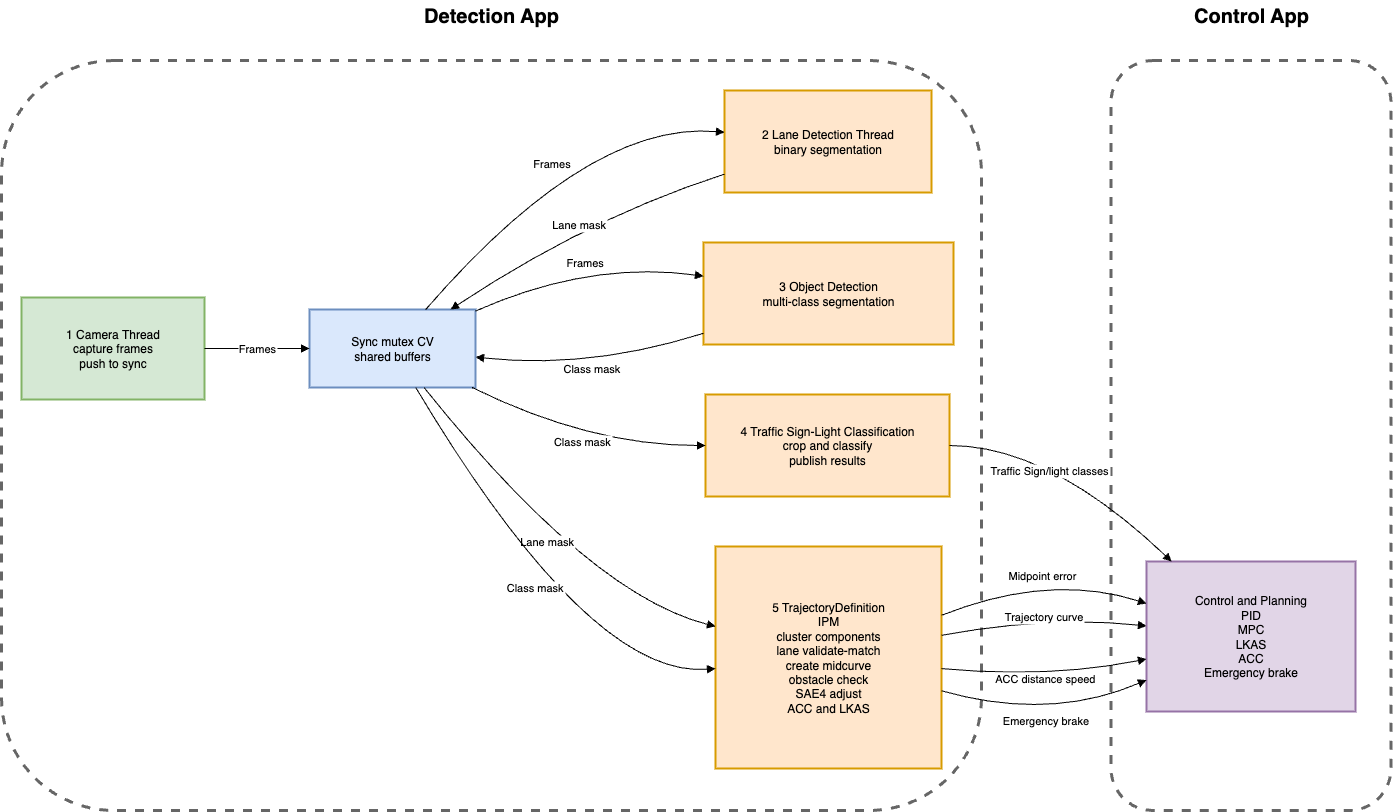
Earlier version of the draw.io export docs/perception.drawio.png (SEAME-pt/Team02-JetsonNano). Source tidied: cells renumbered, new cells last; positions are measured from the earlier drawing's top-left corner, leaving out a move shared by most shapes.
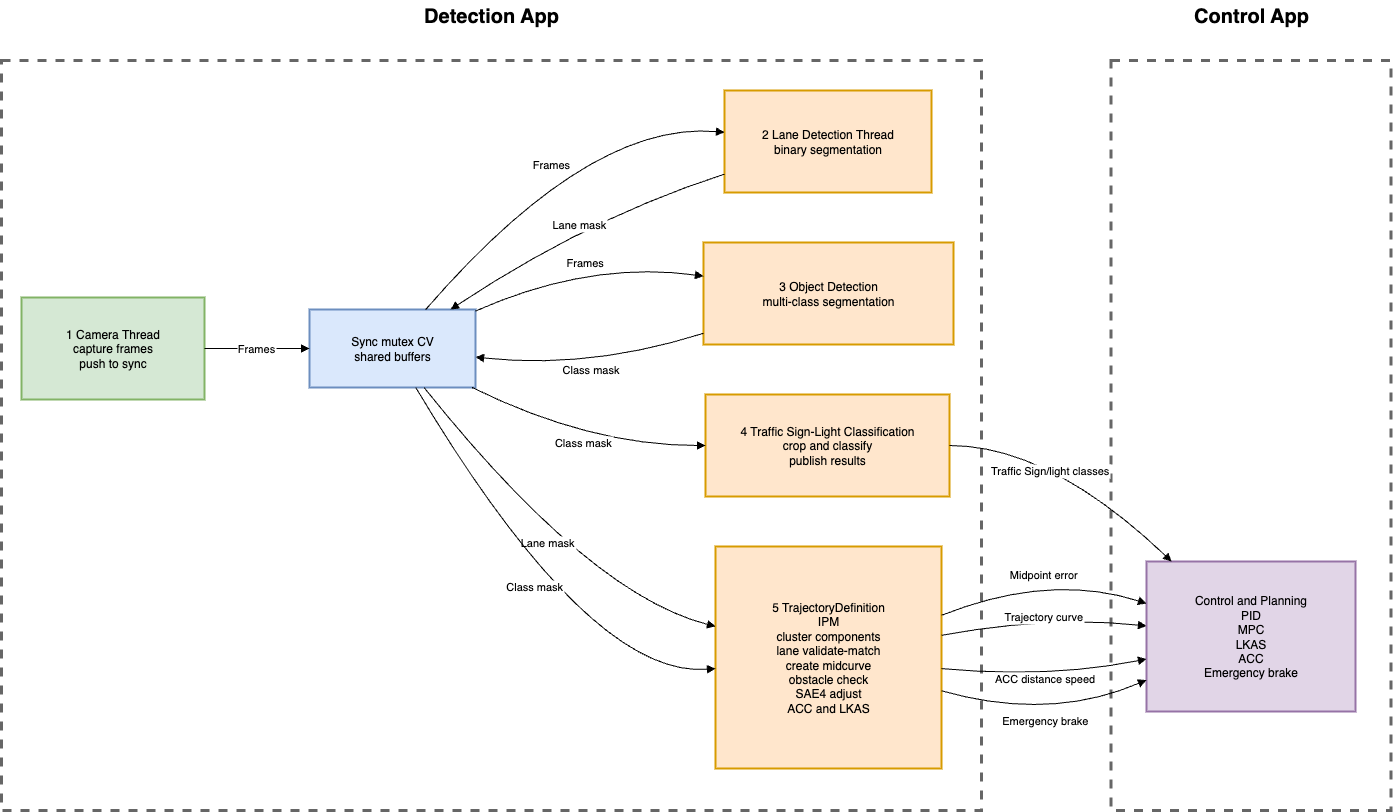
After the commit.

What changed in the source:
```diff
@@ -2,10 +2,10 @@
   <root>
     <mxCell id="0" />
     <mxCell id="1" parent="0" />
-    <mxCell id="2" style="rounded=1;whiteSpace=wrap;html=1;fillColor=none;dashed=1;strokeColor=#666666;strokeWidth=3;align=center;verticalAlign=middle;fontFamily=Helvetica;fontSize=12;fontColor=#333333;" parent="1" vertex="1">
+    <mxCell id="2" style="rounded=1;whiteSpace=wrap;html=1;fillColor=none;dashed=1;strokeColor=#666666;strokeWidth=3;align=center;verticalAlign=middle;fontFamily=Helvetica;fontSize=12;fontColor=#333333;arcSize=0;" parent="1" vertex="1">
       <mxGeometry x="1109.5" y="60" width="280" height="750" as="geometry" />
     </mxCell>
-    <mxCell id="3" style="rounded=1;whiteSpace=wrap;html=1;fillColor=none;fontColor=#333333;strokeColor=#666666;dashed=1;strokeWidth=3;" parent="1" vertex="1">
+    <mxCell id="3" style="rounded=1;whiteSpace=wrap;html=1;fillColor=none;fontColor=#333333;strokeColor=#666666;dashed=1;strokeWidth=3;shadow=0;glass=0;arcSize=0;" parent="1" vertex="1">
       <mxGeometry y="60" width="980" height="750" as="geometry" />
     </mxCell>
     <mxCell id="4" value="1 Camera Thread&#10;capture frames&#10;push to sync" style="whiteSpace=wrap;strokeWidth=2;fillColor=#d5e8d4;strokeColor=#82b366;" parent="1" vertex="1">
```
